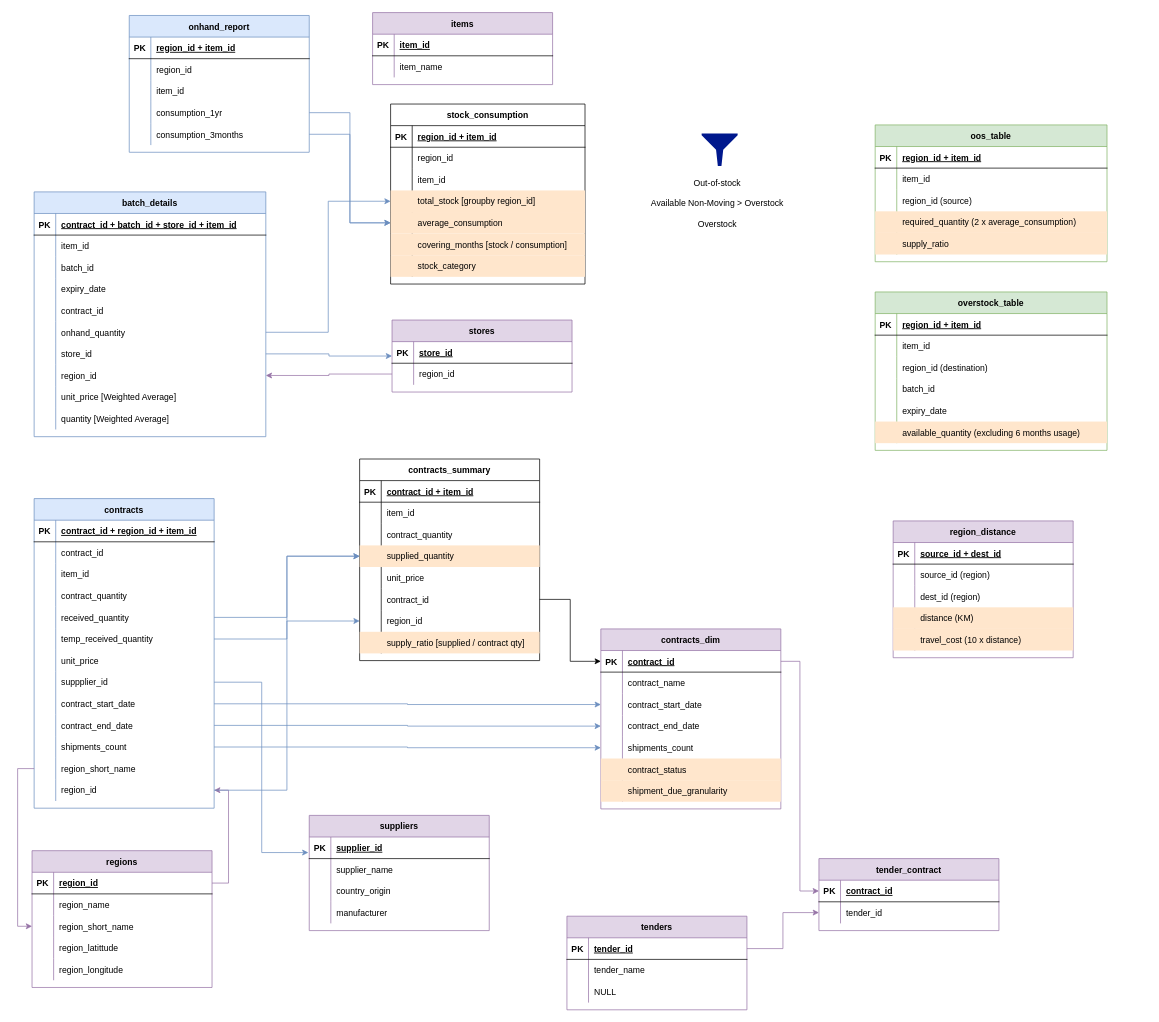
This is oos_bot.drawio from HammadYasin/OOS-Analysis-Bot, a draw.io file, before an edit. Source tidied: cells renumbered, new cells numbered last; positions are measured from the earlier drawing's top-left corner, leaving out a move shared by most shapes. Both pictures are drawn from the tidied source at 72%, with x=0, y=0 at pixel (32, 12).
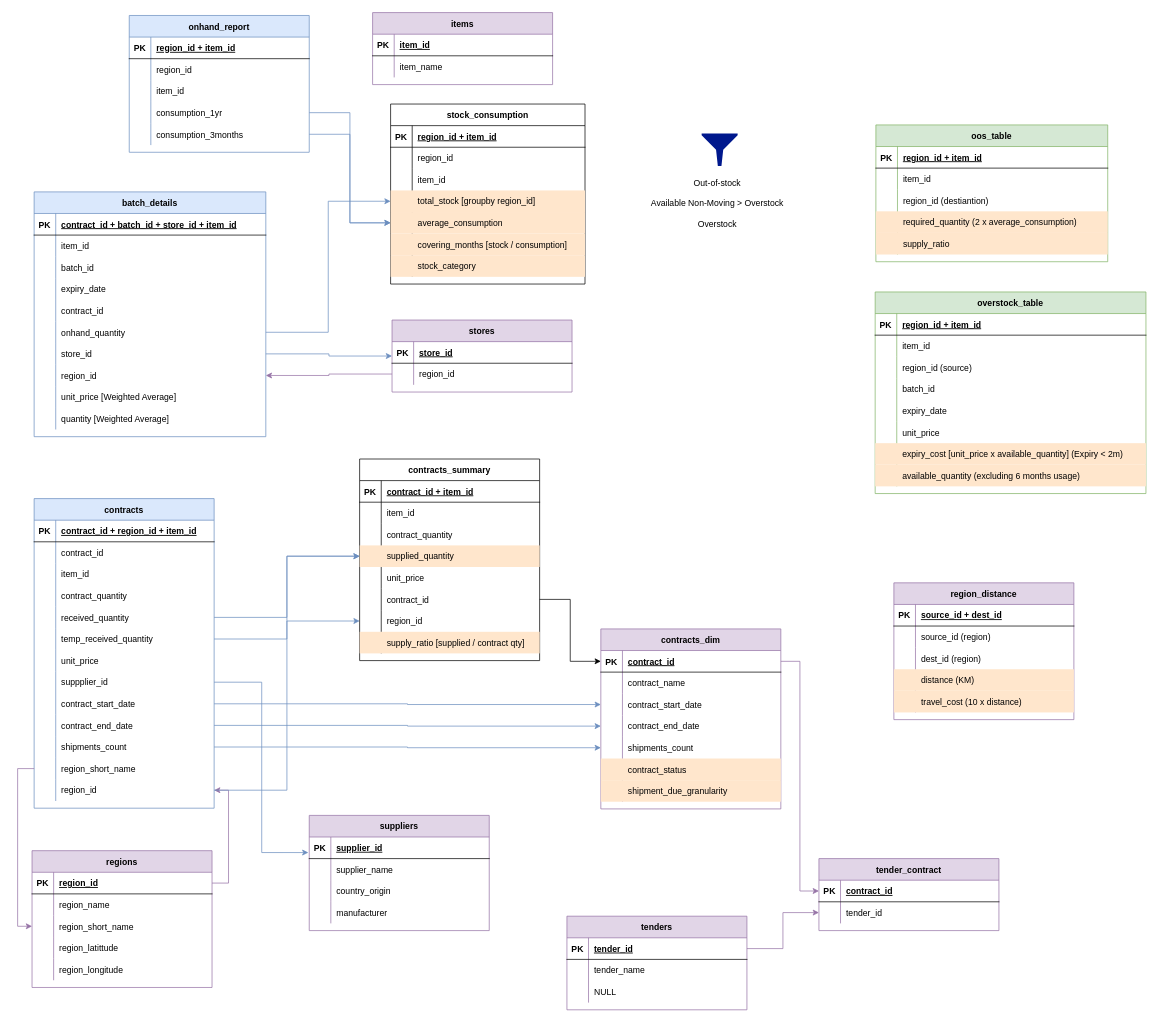
The same page after the edit.

Commit message (it also covers changes not shown here):
ovs_table and region_table

The change refers to these unchanged cells:
```xml
<mxCell id="244" style="shape=partialRectangle;fillColor=none;top=0;left=0;right=0;bottom=0;" parent="237" vertex="1">
  <mxGeometry y="90" width="322" height="30" as="geometry" />
</mxCell>
```

What changed in the source:
```diff
@@
-<mxGraphModel>
+<mxGraphModel background="#ffffff">
@@
     <mxCell id="237" value="oos_table" style="shape=table;startSize=30;childLayout=tableLayout;rowLines=0;fontStyle=1;align=center;fillColor=#d5e8d4;strokeColor=#82b366;" parent="1" vertex="1">
-      <mxGeometry x="1171" y="156" width="322" height="190" as="geometry" />
+      <mxGeometry x="1172" y="156" width="322" height="190" as="geometry" />
     </mxCell>
@@
-    <mxCell id="246" value="region_id (source)" style="shape=partialRectangle;overflow=hidden;fillColor=none;top=0;left=0;bottom=0;right=0;align=left;spacingLeft=6;" parent="244" vertex="1">
+    <mxCell id="246" value="region_id (destiantion)" style="shape=partialRectangle;overflow=hidden;fillColor=none;top=0;left=0;bottom=0;right=0;align=left;spacingLeft=6;" parent="244" vertex="1">
       <mxGeometry x="30" width="292" height="30" as="geometry" />
     </mxCell>
@@
     <mxCell id="253" value="overstock_table" style="shape=table;startSize=30;childLayout=tableLayout;rowLines=0;fontStyle=1;align=center;fillColor=#d5e8d4;strokeColor=#82b366;" parent="1" vertex="1">
-      <mxGeometry x="1171" y="388" width="322" height="220" as="geometry" />
+      <mxGeometry x="1171" y="388" width="376.1" height="280" as="geometry" />
     </mxCell>
     <mxCell id="254" style="shape=partialRectangle;fillColor=none;top=0;left=0;right=0;bottom=1;" parent="253" vertex="1">
-      <mxGeometry y="30" width="322" height="30" as="geometry" />
+      <mxGeometry y="30" width="376.1" height="30" as="geometry" />
     </mxCell>
@@
     <mxCell id="256" value="region_id + item_id" style="shape=partialRectangle;overflow=hidden;fillColor=none;top=0;left=0;bottom=0;right=0;align=left;spacingLeft=6;fontStyle=5;" parent="254" vertex="1">
-      <mxGeometry x="30" width="292" height="30" as="geometry" />
+      <mxGeometry x="30" width="346.1" height="30" as="geometry" />
     </mxCell>
     <mxCell id="257" style="shape=partialRectangle;fillColor=none;top=0;left=0;right=0;bottom=0;" parent="253" vertex="1">
-      <mxGeometry y="60" width="322" height="30" as="geometry" />
+      <mxGeometry y="60" width="376.1" height="30" as="geometry" />
     </mxCell>
@@
     <mxCell id="259" value="item_id" style="shape=partialRectangle;overflow=hidden;fillColor=none;top=0;left=0;bottom=0;right=0;align=left;spacingLeft=6;" parent="257" vertex="1">
-      <mxGeometry x="30" width="292" height="30" as="geometry" />
+      <mxGeometry x="30" width="346.1" height="30" as="geometry" />
     </mxCell>
     <mxCell id="260" style="shape=partialRectangle;fillColor=none;top=0;left=0;right=0;bottom=0;" parent="253" vertex="1">
-      <mxGeometry y="90" width="322" height="30" as="geometry" />
+      <mxGeometry y="90" width="376.1" height="30" as="geometry" />
     </mxCell>
@@
-    <mxCell id="262" value="region_id (destination)" style="shape=partialRectangle;overflow=hidden;fillColor=none;top=0;left=0;bottom=0;right=0;align=left;spacingLeft=6;" parent="260" vertex="1">
-      <mxGeometry x="30" width="292" height="30" as="geometry" />
+    <mxCell id="262" value="region_id (source)" style="shape=partialRectangle;overflow=hidden;fillColor=none;top=0;left=0;bottom=0;right=0;align=left;spacingLeft=6;" parent="260" vertex="1">
+      <mxGeometry x="30" width="346.1" height="30" as="geometry" />
     </mxCell>
     <mxCell id="263" style="shape=partialRectangle;fillColor=none;top=0;left=0;right=0;bottom=0;strokeColor=#d79b00;" parent="253" vertex="1">
-      <mxGeometry y="120" width="322" height="30" as="geometry" />
+      <mxGeometry y="120" width="376.1" height="30" as="geometry" />
     </mxCell>
@@
     <mxCell id="265" value="batch_id" style="shape=partialRectangle;overflow=hidden;fillColor=none;top=0;left=0;bottom=0;right=0;align=left;spacingLeft=6;" parent="263" vertex="1">
-      <mxGeometry x="30" width="292" height="30" as="geometry" />
+      <mxGeometry x="30" width="346.1" height="30" as="geometry" />
     </mxCell>
     <mxCell id="266" style="shape=partialRectangle;fillColor=none;top=0;left=0;right=0;bottom=0;strokeColor=#d79b00;" parent="253" vertex="1">
-      <mxGeometry y="150" width="322" height="30" as="geometry" />
+      <mxGeometry y="150" width="376.1" height="30" as="geometry" />
     </mxCell>
@@
     <mxCell id="268" value="expiry_date" style="shape=partialRectangle;overflow=hidden;fillColor=none;top=0;left=0;bottom=0;right=0;align=left;spacingLeft=6;" parent="266" vertex="1">
-      <mxGeometry x="30" width="292" height="30" as="geometry" />
+      <mxGeometry x="30" width="346.1" height="30" as="geometry" />
     </mxCell>
-    <mxCell id="269" style="shape=partialRectangle;fillColor=#ffe6cc;top=0;left=0;right=0;bottom=0;strokeColor=#d79b00;" parent="253" vertex="1">
-      <mxGeometry y="180" width="322" height="30" as="geometry" />
+    <mxCell id="269" style="shape=partialRectangle;fillColor=none;top=0;left=0;right=0;bottom=0;strokeColor=#d79b00;" parent="253" vertex="1">
+      <mxGeometry y="180" width="376.1" height="30" as="geometry" />
     </mxCell>
@@
-    <mxCell id="271" value="available_quantity (excluding 6 months usage)" style="shape=partialRectangle;overflow=hidden;fillColor=none;top=0;left=0;bottom=0;right=0;align=left;spacingLeft=6;" parent="269" vertex="1">
-      <mxGeometry x="30" width="292" height="30" as="geometry" />
+    <mxCell id="271" value="unit_price" style="shape=partialRectangle;overflow=hidden;fillColor=none;top=0;left=0;bottom=0;right=0;align=left;spacingLeft=6;" parent="269" vertex="1">
+      <mxGeometry x="30" width="346.1" height="30" as="geometry" />
     </mxCell>
+    <mxCell id="288" style="shape=partialRectangle;fillColor=#ffe6cc;top=0;left=0;right=0;bottom=0;strokeColor=#d79b00;" parent="253" vertex="1">
+      <mxGeometry y="210" width="376.1" height="30" as="geometry" />
+    </mxCell>
+    <mxCell id="289" style="shape=partialRectangle;overflow=hidden;fillColor=none;top=0;left=0;bottom=0;right=0;" parent="288" vertex="1">
+      <mxGeometry width="30" height="30" as="geometry" />
+    </mxCell>
+    <mxCell id="290" value="expiry_cost [unit_price x available_quantity] (Expiry &lt; 2m)" style="shape=partialRectangle;overflow=hidden;fillColor=none;top=0;left=0;bottom=0;right=0;align=left;spacingLeft=6;" parent="288" vertex="1">
+      <mxGeometry x="30" width="346.1" height="30" as="geometry" />
+    </mxCell>
+    <mxCell id="291" style="shape=partialRectangle;fillColor=#ffe6cc;top=0;left=0;right=0;bottom=0;strokeColor=#d79b00;" parent="253" vertex="1">
+      <mxGeometry y="240" width="376.1" height="30" as="geometry" />
+    </mxCell>
+    <mxCell id="292" style="shape=partialRectangle;overflow=hidden;fillColor=none;top=0;left=0;bottom=0;right=0;" parent="291" vertex="1">
+      <mxGeometry width="30" height="30" as="geometry" />
+    </mxCell>
+    <mxCell id="293" value="available_quantity (excluding 6 months usage)" style="shape=partialRectangle;overflow=hidden;fillColor=none;top=0;left=0;bottom=0;right=0;align=left;spacingLeft=6;" parent="291" vertex="1">
+      <mxGeometry x="30" width="346.1" height="30" as="geometry" />
+    </mxCell>
     <mxCell id="272" value="region_distance" style="shape=table;startSize=30;childLayout=tableLayout;rowLines=0;fontStyle=1;align=center;fillColor=#e1d5e7;strokeColor=#9673a6;" parent="1" vertex="1">
-      <mxGeometry x="1196" y="706" width="250" height="190" as="geometry" />
+      <mxGeometry x="1197" y="792" width="250" height="190" as="geometry" />
     </mxCell>
```
